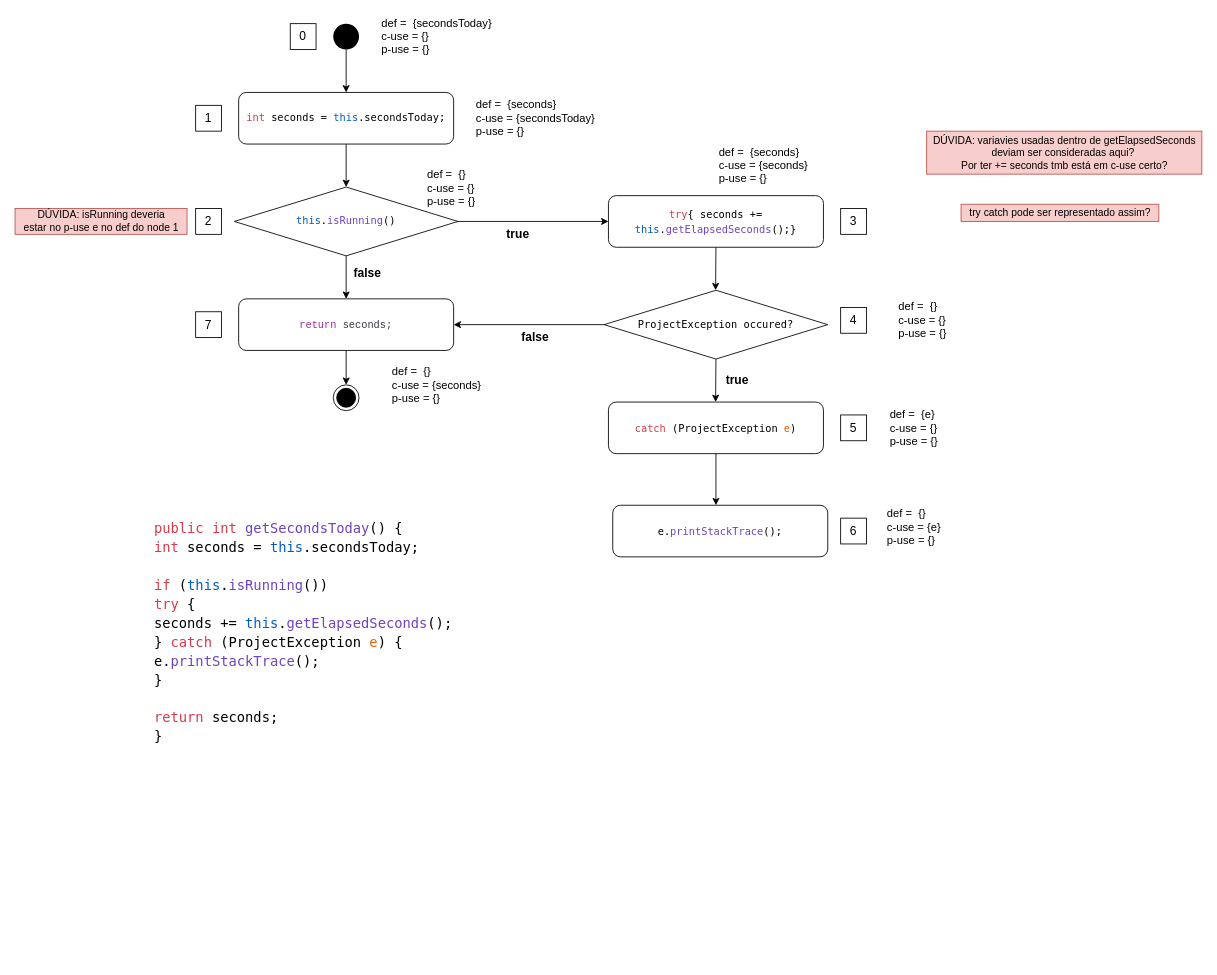
Above: page "diagram" (1 of 6) of docs/08_assignment/figures/getSecondsToday.drawio in Jumaruba/jtimesched (draw.io), before the change. Source tidied: cells renumbered, new cells numbered last; positions are measured from the earlier drawing's top-left corner, leaving out a move shared by most shapes. Both pictures are drawn from the tidied source at 86%, with x=0, y=0 at pixel (15, 15).
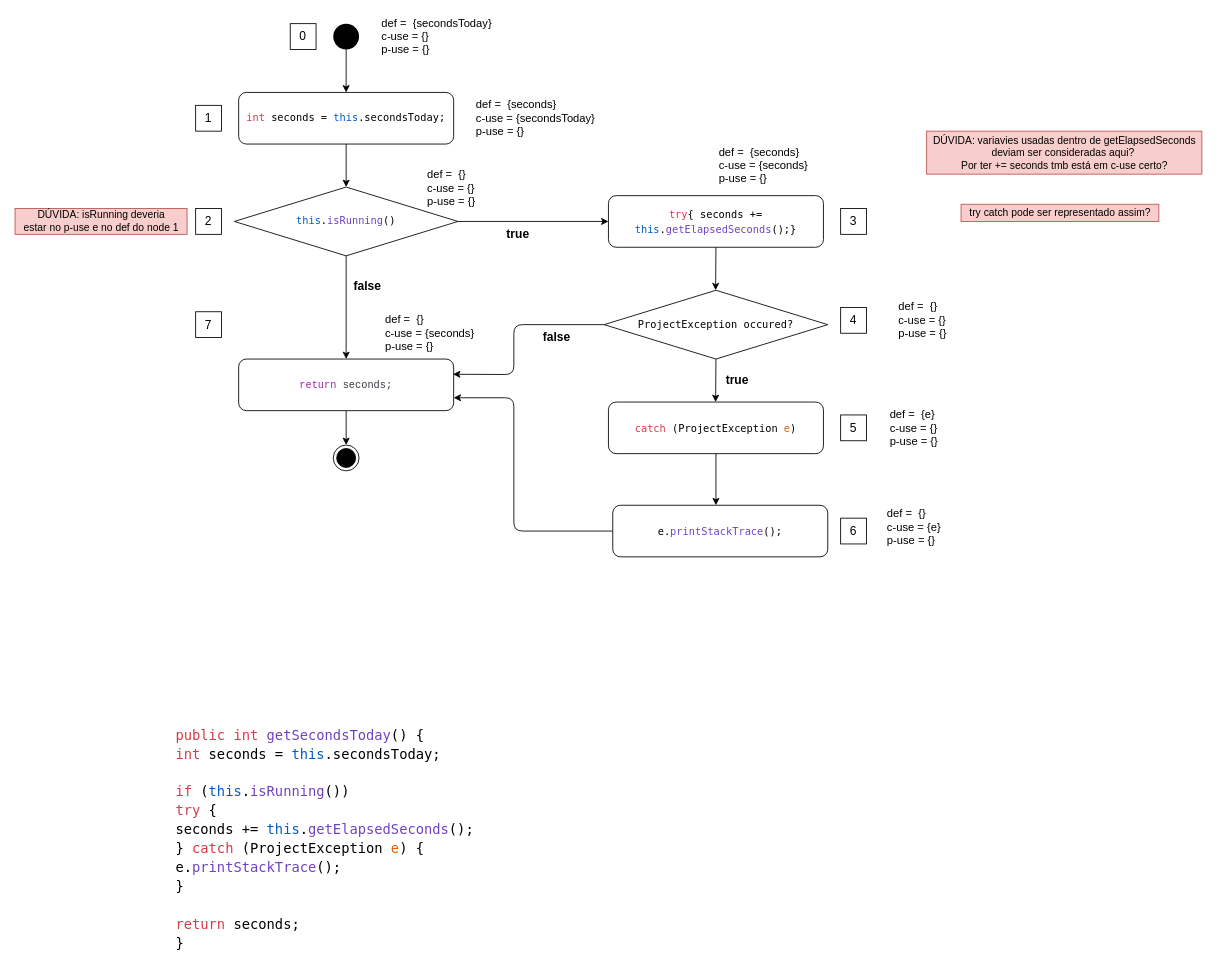
Above is the later version.

The change refers to these unchanged cells:
```xml
<mxCell id="25" value="&lt;div style=&quot;color: rgb(56 , 58 , 66) ; font-family: &amp;#34;jetbrainsmono nerd font mono&amp;#34; , monospace , &amp;#34;consolas&amp;#34; , &amp;#34;courier new&amp;#34; , monospace ; line-height: 18px&quot;&gt;&lt;span style=&quot;font-family: &amp;#34;droid sans mono&amp;#34; , &amp;#34;monospace&amp;#34; , monospace ; text-align: left ; background-color: rgb(255 , 255 , 255) ; color: rgb(0 , 92 , 197)&quot;&gt;this&lt;/span&gt;&lt;span style=&quot;color: rgb(0 , 0 , 0) ; font-family: &amp;#34;droid sans mono&amp;#34; , &amp;#34;monospace&amp;#34; , monospace ; text-align: left ; background-color: rgb(255 , 255 , 255)&quot;&gt;.&lt;/span&gt;&lt;span style=&quot;font-family: &amp;#34;droid sans mono&amp;#34; , &amp;#34;monospace&amp;#34; , monospace ; text-align: left ; background-color: rgb(255 , 255 , 255) ; color: rgb(111 , 66 , 193)&quot;&gt;isRunning&lt;/span&gt;&lt;span style=&quot;color: rgb(0 , 0 , 0) ; font-family: &amp;#34;droid sans mono&amp;#34; , &amp;#34;monospace&amp;#34; , monospace ; text-align: left ; background-color: rgb(255 , 255 , 255)&quot;&gt;()&lt;/span&gt;&lt;br&gt;&lt;/div&gt;" style="rhombus;whiteSpace=wrap;html=1;" parent="1" vertex="1">
  <mxGeometry x="255" y="200" width="260" height="80" as="geometry" />
</mxCell>
<mxCell id="35" value="&lt;div style=&quot;color: rgb(56 , 58 , 66) ; font-family: &amp;#34;jetbrainsmono nerd font mono&amp;#34; , monospace , &amp;#34;consolas&amp;#34; , &amp;#34;courier new&amp;#34; , monospace ; line-height: 18px&quot;&gt;&lt;span style=&quot;color: rgb(0 , 0 , 0) ; font-family: &amp;#34;droid sans mono&amp;#34; , &amp;#34;monospace&amp;#34; , monospace ; text-align: left ; background-color: rgb(255 , 255 , 255)&quot;&gt;&lt;font style=&quot;font-size: 12px&quot;&gt;ProjectException occured?&lt;/font&gt;&lt;/span&gt;&lt;br&gt;&lt;/div&gt;" style="rhombus;whiteSpace=wrap;html=1;" parent="1" vertex="1">
  <mxGeometry x="685" y="320" width="260" height="80" as="geometry" />
</mxCell>
<mxCell id="40" value="&lt;div style=&quot;color: rgb(56 , 58 , 66) ; font-family: &amp;#34;jetbrainsmono nerd font mono&amp;#34; , monospace , &amp;#34;consolas&amp;#34; , &amp;#34;courier new&amp;#34; , monospace ; line-height: 18px&quot;&gt;&lt;div style=&quot;font-family: &amp;#34;jetbrainsmono nerd font mono&amp;#34; , monospace , &amp;#34;consolas&amp;#34; , &amp;#34;courier new&amp;#34; , monospace ; line-height: 18px&quot;&gt;&lt;div style=&quot;color: rgb(0 , 0 , 0) ; font-family: &amp;#34;droid sans mono&amp;#34; , &amp;#34;monospace&amp;#34; , monospace&quot;&gt;&lt;span style=&quot;text-align: left ; background-color: rgb(255 , 255 , 255)&quot;&gt;e.&lt;/span&gt;&lt;span style=&quot;text-align: left ; background-color: rgb(255 , 255 , 255) ; color: rgb(111 , 66 , 193)&quot;&gt;printStackTrace&lt;/span&gt;&lt;span style=&quot;text-align: left ; background-color: rgb(255 , 255 , 255)&quot;&gt;();&lt;/span&gt;&lt;br&gt;&lt;/div&gt;&lt;/div&gt;&lt;/div&gt;" style="rounded=1;whiteSpace=wrap;html=1;align=center;" parent="1" vertex="1">
  <mxGeometry x="695" y="570" width="250" height="60" as="geometry" />
</mxCell>
```

What changed in the source:
```diff
@@
-    <mxCell id="6" style="edgeStyle=none;html=1;exitX=0.5;exitY=1;exitDx=0;exitDy=0;" parent="1" edge="1" source="25">
-      <mxGeometry relative="1" as="geometry">
-        <mxPoint x="385" y="330" as="targetPoint" />
-      </mxGeometry>
+    <mxCell id="6" style="edgeStyle=none;html=1;exitX=0.5;exitY=1;exitDx=0;exitDy=0;entryX=0.5;entryY=0;entryDx=0;entryDy=0;" parent="1" edge="1" source="25" target="8">
+      <mxGeometry relative="1" as="geometry" />
     </mxCell>
@@
+    <mxCell id="29" style="edgeStyle=none;html=1;fontSize=12;" parent="1" edge="1" source="8" target="28">
+      <mxGeometry relative="1" as="geometry" />
+    </mxCell>
     <mxCell id="8" value="&lt;div style=&quot;color: rgb(56 , 58 , 66) ; font-family: &amp;#34;jetbrainsmono nerd font mono&amp;#34; , monospace , &amp;#34;consolas&amp;#34; , &amp;#34;courier new&amp;#34; , monospace ; line-height: 18px&quot;&gt;&lt;span style=&quot;color: rgb(166 , 38 , 164)&quot;&gt;return&lt;/span&gt;&amp;nbsp;seconds;&lt;br&gt;&lt;/div&gt;" style="rounded=1;whiteSpace=wrap;html=1;" parent="1" vertex="1">
-      <mxGeometry x="260" y="330" width="250" height="60" as="geometry" />
+      <mxGeometry x="260" y="400" width="250" height="60" as="geometry" />
     </mxCell>
@@
     <mxCell id="20" value="&lt;b&gt;false&lt;/b&gt;" style="text;html=1;strokeColor=none;fillColor=none;align=center;verticalAlign=middle;whiteSpace=wrap;rounded=0;fontSize=14;" parent="1" vertex="1">
-      <mxGeometry x="380" y="285" width="60" height="30" as="geometry" />
+      <mxGeometry x="380" y="300" width="60" height="30" as="geometry" />
     </mxCell>
@@
     <mxCell id="23" value="&lt;div style=&quot;text-align: left&quot;&gt;&lt;span style=&quot;font-size: 13px&quot;&gt;def =&amp;nbsp; {}&lt;/span&gt;&lt;/div&gt;&lt;font style=&quot;font-size: 13px&quot;&gt;&lt;div style=&quot;text-align: left&quot;&gt;&lt;span&gt;c-use = {seconds}&lt;/span&gt;&lt;/div&gt;&lt;div style=&quot;text-align: left&quot;&gt;&lt;span&gt;p-use = {}&lt;/span&gt;&lt;/div&gt;&lt;/font&gt;" style="text;html=1;align=center;verticalAlign=middle;strokeColor=none;fillColor=none;fontSize=12;" parent="1" vertex="1">
-      <mxGeometry x="430" y="405" width="120" height="50" as="geometry" />
+      <mxGeometry x="422" y="345" width="120" height="50" as="geometry" />
     </mxCell>
     <mxCell id="24" value="&lt;div style=&quot;color: rgb(0, 0, 0); background-color: rgb(255, 255, 255); font-family: &amp;quot;droid sans mono&amp;quot;, &amp;quot;monospace&amp;quot;, monospace; font-weight: normal; font-size: 16px; line-height: 22px;&quot;&gt;&lt;div&gt;&lt;span style=&quot;color: #d73a49&quot;&gt;public&lt;/span&gt;&lt;span style=&quot;color: #000000&quot;&gt; &lt;/span&gt;&lt;span style=&quot;color: #d73a49&quot;&gt;int&lt;/span&gt;&lt;span style=&quot;color: #000000&quot;&gt; &lt;/span&gt;&lt;span style=&quot;color: #6f42c1&quot;&gt;getSecondsToday&lt;/span&gt;&lt;span style=&quot;color: #000000&quot;&gt;() {&lt;/span&gt;&lt;/div&gt;&lt;div&gt;&lt;span style=&quot;color: #000000&quot;&gt;    &lt;/span&gt;&lt;span style=&quot;color: #d73a49&quot;&gt;int&lt;/span&gt;&lt;span style=&quot;color: #000000&quot;&gt; seconds = &lt;/span&gt;&lt;span style=&quot;color: #005cc5&quot;&gt;this&lt;/span&gt;&lt;span style=&quot;color: #000000&quot;&gt;.secondsToday;&lt;/span&gt;&lt;/div&gt;&lt;br&gt;&lt;div&gt;&lt;span style=&quot;color: #000000&quot;&gt;    &lt;/span&gt;&lt;span style=&quot;color: #d73a49&quot;&gt;if&lt;/span&gt;&lt;span style=&quot;color: #000000&quot;&gt; (&lt;/span&gt;&lt;span style=&quot;color: #005cc5&quot;&gt;this&lt;/span&gt;&lt;span style=&quot;color: #000000&quot;&gt;.&lt;/span&gt;&lt;span style=&quot;color: #6f42c1&quot;&gt;isRunning&lt;/span&gt;&lt;span style=&quot;color: #000000&quot;&gt;())&lt;/span&gt;&lt;/div&gt;&lt;div&gt;&lt;span style=&quot;color: #000000&quot;&gt;      &lt;/span&gt;&lt;span style=&quot;color: #d73a49&quot;&gt;try&lt;/span&gt;&lt;span style=&quot;color: #000000&quot;&gt; {&lt;/span&gt;&lt;/div&gt;&lt;div&gt;&lt;span style=&quot;color: #000000&quot;&gt;        seconds += &lt;/span&gt;&lt;span style=&quot;color: #005cc5&quot;&gt;this&lt;/span&gt;&lt;span style=&quot;color: #000000&quot;&gt;.&lt;/span&gt;&lt;span style=&quot;color: #6f42c1&quot;&gt;getElapsedSeconds&lt;/span&gt;&lt;span style=&quot;color: #000000&quot;&gt;();&lt;/span&gt;&lt;/div&gt;&lt;div&gt;&lt;span style=&quot;color: #000000&quot;&gt;      } &lt;/span&gt;&lt;span style=&quot;color: #d73a49&quot;&gt;catch&lt;/span&gt;&lt;span style=&quot;color: #000000&quot;&gt; (ProjectException &lt;/span&gt;&lt;span style=&quot;color: #e36209&quot;&gt;e&lt;/span&gt;&lt;span style=&quot;color: #000000&quot;&gt;) {&lt;/span&gt;&lt;/div&gt;&lt;div&gt;&lt;span style=&quot;color: #000000&quot;&gt;        e.&lt;/span&gt;&lt;span style=&quot;color: #6f42c1&quot;&gt;printStackTrace&lt;/span&gt;&lt;span style=&quot;color: #000000&quot;&gt;();&lt;/span&gt;&lt;/div&gt;&lt;div&gt;&lt;span style=&quot;color: #000000&quot;&gt;      }&lt;/span&gt;&lt;/div&gt;&lt;br&gt;&lt;div&gt;&lt;span style=&quot;color: #000000&quot;&gt;    &lt;/span&gt;&lt;span style=&quot;color: #d73a49&quot;&gt;return&lt;/span&gt;&lt;span style=&quot;color: #000000&quot;&gt; seconds;&lt;/span&gt;&lt;/div&gt;&lt;div&gt;&lt;span style=&quot;color: #000000&quot;&gt;  }&lt;/span&gt;&lt;/div&gt;&lt;/div&gt;" style="text;whiteSpace=wrap;html=1;" parent="1" vertex="1">
-      <mxGeometry x="160" y="580" width="370" height="280" as="geometry" />
+      <mxGeometry x="185" y="820" width="370" height="280" as="geometry" />
     </mxCell>
@@
     <mxCell id="28" style="ellipse;html=1;shape=endState;fillColor=#000000;strokeColor=#000000;" parent="1" vertex="1">
-      <mxGeometry x="370" y="430" width="30" height="30" as="geometry" />
+      <mxGeometry x="370" y="500" width="30" height="30" as="geometry" />
     </mxCell>
-    <mxCell id="29" style="edgeStyle=none;html=1;exitX=0.5;exitY=1;exitDx=0;exitDy=0;" parent="1" edge="1" source="8" target="28">
-      <mxGeometry relative="1" as="geometry" />
-    </mxCell>
@@
-    <mxCell id="34" style="edgeStyle=none;html=1;exitX=0;exitY=0.5;exitDx=0;exitDy=0;entryX=1;entryY=0.5;entryDx=0;entryDy=0;fontSize=12;" parent="1" edge="1" source="35" target="8">
-      <mxGeometry relative="1" as="geometry" />
+    <mxCell id="34" style="edgeStyle=none;html=1;exitX=0;exitY=0.5;exitDx=0;exitDy=0;entryX=0.997;entryY=0.295;entryDx=0;entryDy=0;fontSize=12;entryPerimeter=0;" parent="1" edge="1" source="35" target="8">
+      <mxGeometry relative="1" as="geometry">
+        <Array as="points">
+          <mxPoint x="580" y="360" />
+          <mxPoint x="580" y="418" />
+        </Array>
+      </mxGeometry>
     </mxCell>
@@
+    <mxCell id="44" style="edgeStyle=none;html=1;exitX=0;exitY=0.5;exitDx=0;exitDy=0;fontSize=12;entryX=1;entryY=0.75;entryDx=0;entryDy=0;" parent="1" edge="1" source="40" target="8">
+      <mxGeometry relative="1" as="geometry">
+        <Array as="points">
+          <mxPoint x="580" y="600" />
+          <mxPoint x="580" y="445" />
+        </Array>
+      </mxGeometry>
+    </mxCell>
@@
     <mxCell id="43" value="&lt;b&gt;false&lt;/b&gt;" style="text;html=1;strokeColor=none;fillColor=none;align=center;verticalAlign=middle;whiteSpace=wrap;rounded=0;fontSize=14;" parent="1" vertex="1">
-      <mxGeometry x="575" y="360" width="60" height="30" as="geometry" />
+      <mxGeometry x="600" y="360" width="60" height="30" as="geometry" />
     </mxCell>
```
